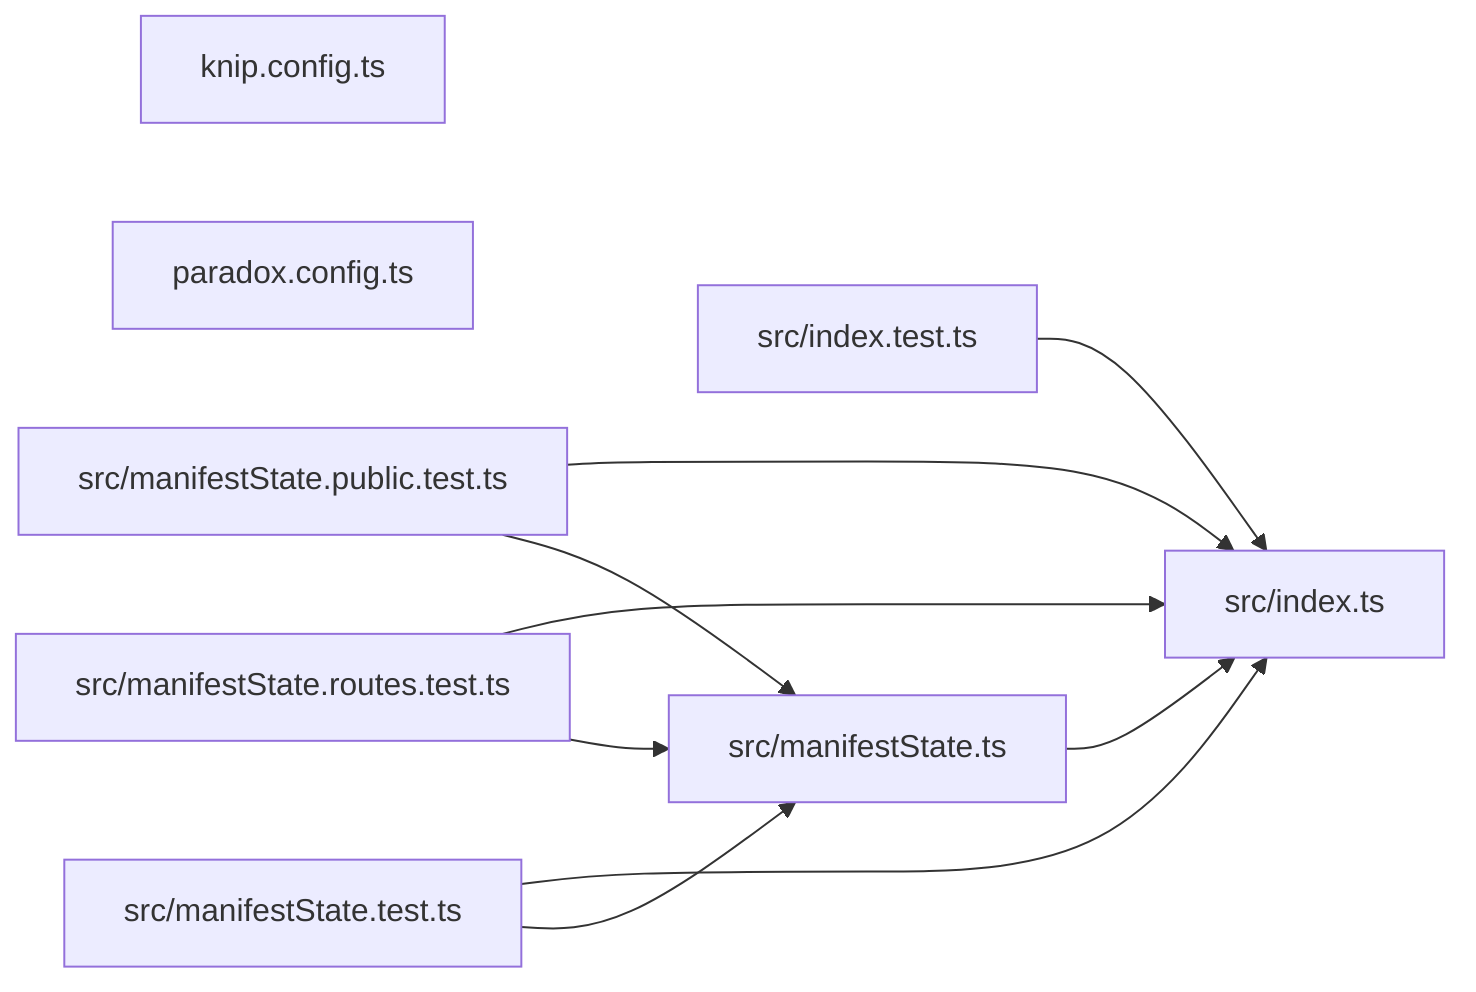
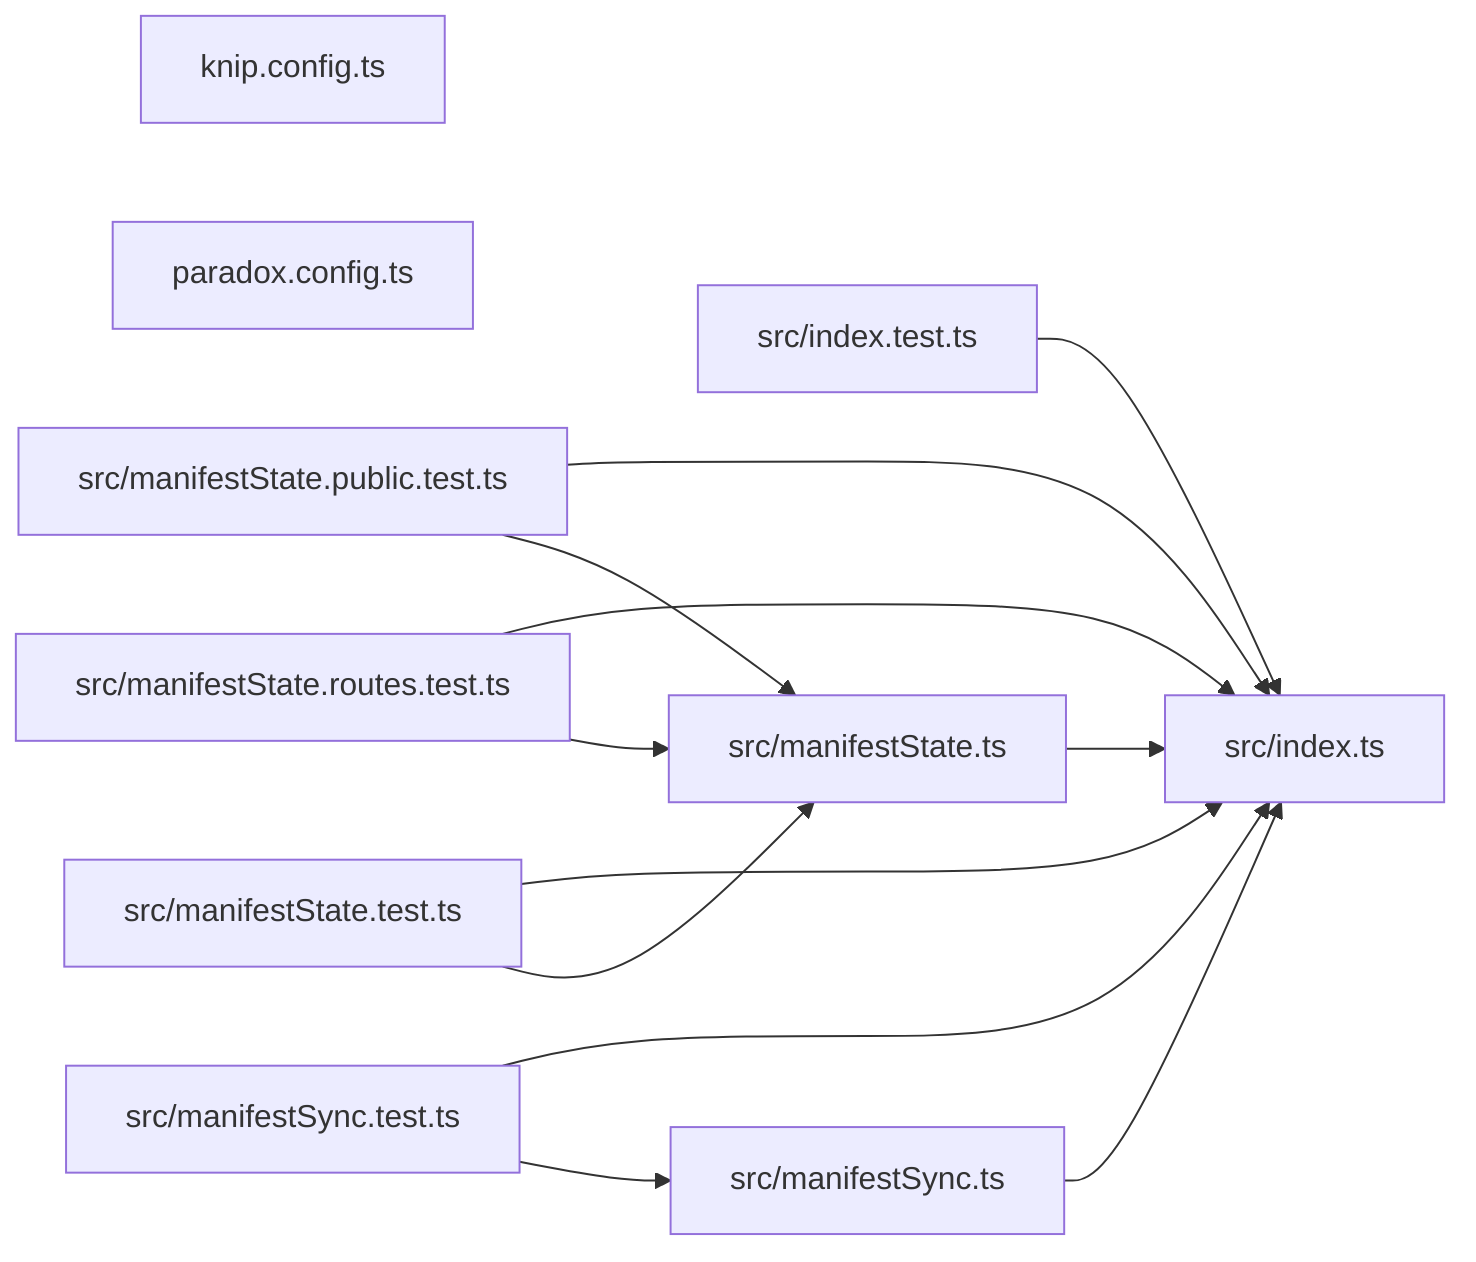
graph LR
  module_knip_config_ts["knip.config.ts"]
  module_paradox_config_ts["paradox.config.ts"]
  module_src_index_test_ts["src/index.test.ts"]
  module_src_index_ts["src/index.ts"]
  module_src_manifestState_public_test_ts["src/manifestState.public.test.ts"]
  module_src_manifestState_routes_test_ts["src/manifestState.routes.test.ts"]
  module_src_manifestState_test_ts["src/manifestState.test.ts"]
  module_src_manifestState_ts["src/manifestState.ts"]
+   module_src_manifestSync_test_ts["src/manifestSync.test.ts"]
+   module_src_manifestSync_ts["src/manifestSync.ts"]
  module_src_index_test_ts --> module_src_index_ts
  module_src_manifestState_public_test_ts --> module_src_index_ts
  module_src_manifestState_public_test_ts --> module_src_manifestState_ts
  module_src_manifestState_routes_test_ts --> module_src_index_ts
  module_src_manifestState_routes_test_ts --> module_src_manifestState_ts
  module_src_manifestState_test_ts --> module_src_index_ts
  module_src_manifestState_test_ts --> module_src_manifestState_ts
  module_src_manifestState_ts --> module_src_index_ts
+   module_src_manifestSync_test_ts --> module_src_index_ts
+   module_src_manifestSync_test_ts --> module_src_manifestSync_ts
+   module_src_manifestSync_ts --> module_src_index_ts
